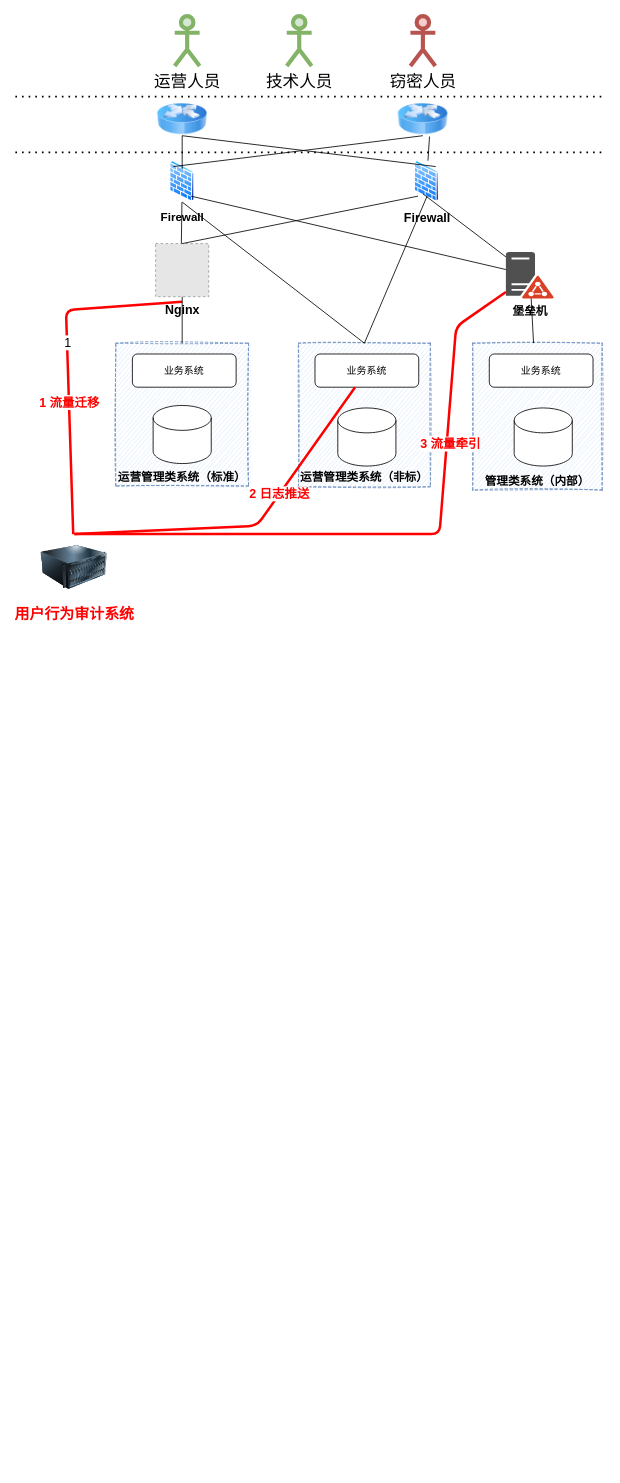
Before: 行为操作审计技术方案.drawio in liujianqun/draw, a draw.io diagram. Source tidied: cells renumbered, new cells numbered last; positions are measured from the earlier drawing's top-left corner, leaving out a move shared by most shapes. Both pictures are drawn from the tidied source at 83%, with x=0, y=0 at pixel (15, 16). Pictures stored in the file or linked from it are replaced by grey dashed boxes.
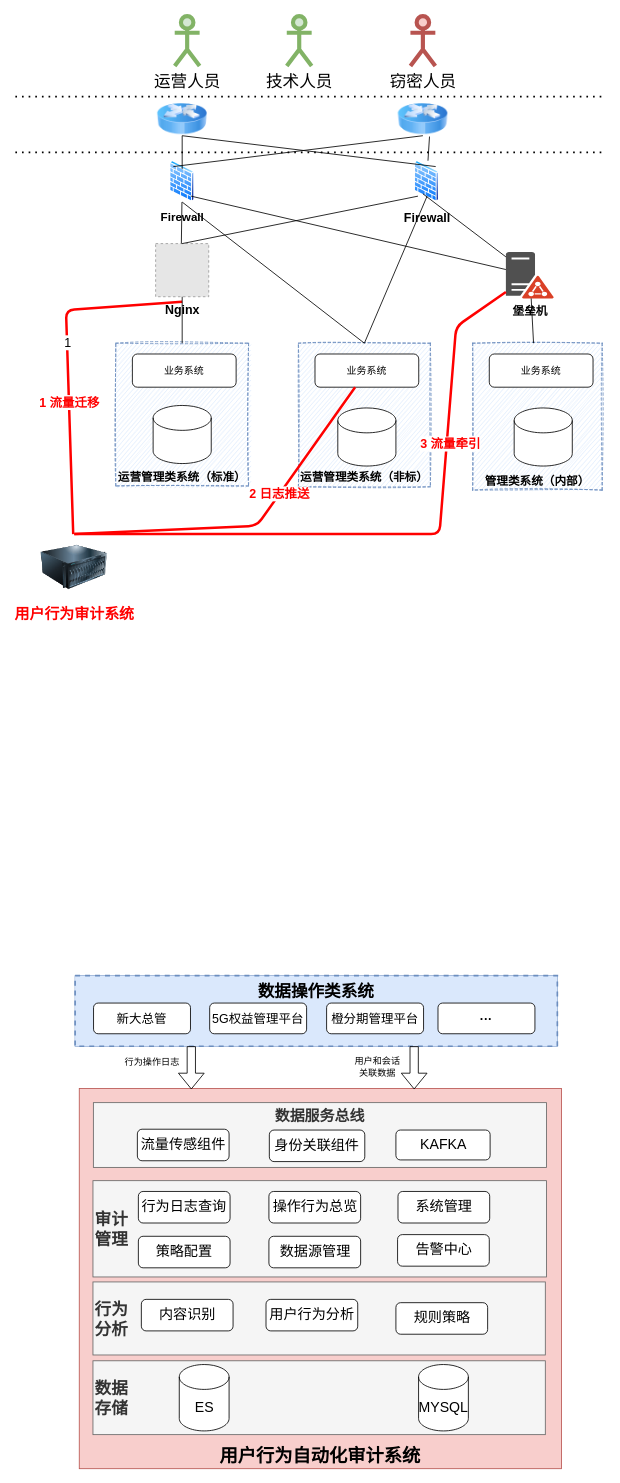
Above is the later version.

Commit message:
Update 行为操作审计技术方案.drawio

What changed in the source:
```diff
@@
+    <mxCell id="42" value="用户行为自动化审计系统" style="rounded=0;whiteSpace=wrap;html=1;fontSize=22;strokeWidth=1;align=center;verticalAlign=bottom;fontStyle=1;fillColor=#f8cecc;strokeColor=#b85450;" parent="1" vertex="1">
+      <mxGeometry x="77" y="1292" width="581" height="458" as="geometry" />
+    </mxCell>
@@
+    <mxCell id="43" value="&lt;b style=&quot;font-size: 18px;&quot;&gt;数据服务总线&lt;/b&gt;" style="rounded=0;whiteSpace=wrap;html=1;fillColor=#f5f5f5;strokeColor=#666666;fontColor=#333333;align=center;fontSize=18;verticalAlign=top;" parent="1" vertex="1">
+      <mxGeometry x="94" y="1309" width="546" height="78" as="geometry" />
+    </mxCell>
+    <mxCell id="44" value="流量传感组件" style="rounded=1;whiteSpace=wrap;html=1;fontSize=17;" parent="1" vertex="1">
+      <mxGeometry x="147" y="1341" width="110.5" height="38" as="geometry" />
+    </mxCell>
+    <mxCell id="45" value="KAFKA" style="rounded=1;whiteSpace=wrap;html=1;fontSize=17;" parent="1" vertex="1">
+      <mxGeometry x="458.5" y="1342" width="113.5" height="36" as="geometry" />
+    </mxCell>
+    <mxCell id="46" value="身份关联组件" style="rounded=1;whiteSpace=wrap;html=1;fontSize=17;" parent="1" vertex="1">
+      <mxGeometry x="306" y="1342" width="115" height="38" as="geometry" />
+    </mxCell>
+    <mxCell id="47" value="行为&lt;br style=&quot;font-size: 20px;&quot;&gt;分析" style="rounded=0;whiteSpace=wrap;html=1;fontSize=20;strokeWidth=1;align=left;verticalAlign=middle;fillColor=#f5f5f5;strokeColor=#666666;fontColor=#333333;fontStyle=1;" parent="1" vertex="1">
+      <mxGeometry x="93.5" y="1525" width="545" height="88" as="geometry" />
+    </mxCell>
+    <mxCell id="48" value="数据&lt;br style=&quot;font-size: 20px;&quot;&gt;存储" style="rounded=0;whiteSpace=wrap;html=1;fontSize=20;strokeWidth=1;align=left;verticalAlign=middle;fillColor=#f5f5f5;strokeColor=#666666;fontColor=#333333;fontStyle=1;" parent="1" vertex="1">
+      <mxGeometry x="93.5" y="1620" width="545" height="89" as="geometry" />
+    </mxCell>
+    <mxCell id="49" value="ES" style="shape=cylinder3;whiteSpace=wrap;html=1;boundedLbl=1;backgroundOutline=1;size=15;fontSize=17;strokeWidth=1;align=center;verticalAlign=middle;" parent="1" vertex="1">
+      <mxGeometry x="197.5" y="1624.5" width="60" height="80" as="geometry" />
+    </mxCell>
+    <mxCell id="50" value="MYSQL" style="shape=cylinder3;whiteSpace=wrap;html=1;boundedLbl=1;backgroundOutline=1;size=15;fontSize=17;strokeWidth=1;align=center;verticalAlign=middle;" parent="1" vertex="1">
+      <mxGeometry x="485.8" y="1624.5" width="60" height="80" as="geometry" />
+    </mxCell>
+    <mxCell id="51" value="用户行为分析" style="rounded=1;whiteSpace=wrap;html=1;fontSize=17;strokeWidth=1;align=center;verticalAlign=middle;" parent="1" vertex="1">
+      <mxGeometry x="302" y="1546" width="110.5" height="38" as="geometry" />
+    </mxCell>
+    <mxCell id="52" value="内容识别" style="rounded=1;whiteSpace=wrap;html=1;fontSize=17;strokeWidth=1;align=center;verticalAlign=middle;" parent="1" vertex="1">
+      <mxGeometry x="151.8" y="1546" width="110.5" height="38" as="geometry" />
+    </mxCell>
+    <mxCell id="53" value="审计&lt;br style=&quot;font-size: 20px;&quot;&gt;管理" style="rounded=0;whiteSpace=wrap;html=1;fontSize=20;strokeWidth=1;align=left;verticalAlign=middle;fillColor=#f5f5f5;strokeColor=#666666;fontColor=#333333;fontStyle=1;" parent="1" vertex="1">
+      <mxGeometry x="93.5" y="1403" width="546.5" height="116" as="geometry" />
+    </mxCell>
+    <mxCell id="54" value="行为日志查询" style="rounded=1;whiteSpace=wrap;html=1;fontSize=17;strokeWidth=1;align=center;verticalAlign=middle;" parent="1" vertex="1">
+      <mxGeometry x="148.2" y="1416" width="110.5" height="38" as="geometry" />
+    </mxCell>
+    <mxCell id="55" value="策略配置" style="rounded=1;whiteSpace=wrap;html=1;fontSize=17;strokeWidth=1;align=center;verticalAlign=middle;" parent="1" vertex="1">
+      <mxGeometry x="148.2" y="1470" width="110.5" height="38" as="geometry" />
+    </mxCell>
+    <mxCell id="56" value="操作行为总览" style="rounded=1;whiteSpace=wrap;html=1;fontSize=17;strokeWidth=1;align=center;verticalAlign=middle;" parent="1" vertex="1">
+      <mxGeometry x="305.5" y="1416" width="110.5" height="38" as="geometry" />
+    </mxCell>
+    <mxCell id="57" value="数据源管理" style="rounded=1;whiteSpace=wrap;html=1;fontSize=17;strokeWidth=1;align=center;verticalAlign=middle;" parent="1" vertex="1">
+      <mxGeometry x="305.5" y="1470" width="110.5" height="38" as="geometry" />
+    </mxCell>
+    <mxCell id="58" value="系统管理" style="rounded=1;whiteSpace=wrap;html=1;fontSize=17;strokeWidth=1;align=center;verticalAlign=middle;" parent="1" vertex="1">
+      <mxGeometry x="461" y="1416" width="110.5" height="38" as="geometry" />
+    </mxCell>
+    <mxCell id="59" value="告警中心" style="rounded=1;whiteSpace=wrap;html=1;fontSize=17;strokeWidth=1;align=center;verticalAlign=middle;" parent="1" vertex="1">
+      <mxGeometry x="460.5" y="1468" width="110.5" height="38" as="geometry" />
+    </mxCell>
+    <mxCell id="60" value="规则策略" style="rounded=1;whiteSpace=wrap;html=1;fontSize=17;strokeWidth=1;align=center;verticalAlign=middle;" parent="1" vertex="1">
+      <mxGeometry x="458.5" y="1550" width="110.5" height="38" as="geometry" />
+    </mxCell>
+    <mxCell id="61" style="group;fillColor=#dae8fc;strokeColor=#6c8ebf;" parent="1" vertex="1">
+      <mxGeometry x="72" y="1156" width="581" height="85" as="geometry" />
+    </mxCell>
+    <mxCell id="62" value="数据操作类系统" style="rounded=0;whiteSpace=wrap;html=1;fontSize=20;dashed=1;fillColor=#dae8fc;strokeColor=#6c8ebf;strokeWidth=2;verticalAlign=top;fontStyle=1;" parent="61" vertex="1">
+      <mxGeometry width="581" height="85" as="geometry" />
+    </mxCell>
+    <mxCell id="63" value="新大总管" style="rounded=1;whiteSpace=wrap;html=1;fontSize=15;" parent="61" vertex="1">
+      <mxGeometry x="22.2" y="33" width="116.8" height="37" as="geometry" />
+    </mxCell>
+    <mxCell id="64" value="5G权益管理平台" style="rounded=1;whiteSpace=wrap;html=1;fontSize=15;" parent="61" vertex="1">
+      <mxGeometry x="162.1" y="33" width="116.8" height="37" as="geometry" />
+    </mxCell>
+    <mxCell id="65" value="橙分期管理平台" style="rounded=1;whiteSpace=wrap;html=1;fontSize=15;" parent="61" vertex="1">
+      <mxGeometry x="303" y="33" width="116.8" height="37" as="geometry" />
+    </mxCell>
+    <mxCell id="66" value="&lt;b&gt;···&lt;/b&gt;" style="rounded=1;whiteSpace=wrap;html=1;fontSize=15;" parent="61" vertex="1">
+      <mxGeometry x="437.2" y="33" width="116.8" height="37" as="geometry" />
+    </mxCell>
+    <mxCell id="67" style="shape=flexArrow;endArrow=classic;html=1;fontSize=22;" parent="1" edge="1">
+      <mxGeometry relative="1" as="geometry">
+        <mxPoint x="212" y="1241" as="sourcePoint" />
+        <mxPoint x="212" y="1293" as="targetPoint" />
+      </mxGeometry>
+    </mxCell>
+    <mxCell id="68" style="shape=flexArrow;endArrow=classic;html=1;fontSize=22;" parent="1" edge="1">
+      <mxGeometry relative="1" as="geometry">
+        <mxPoint x="480.5" y="1241" as="sourcePoint" />
+        <mxPoint x="480.5" y="1293" as="targetPoint" />
+      </mxGeometry>
+    </mxCell>
+    <mxCell id="69" value="行为操作日志" style="text;html=1;strokeColor=none;fillColor=none;align=center;verticalAlign=middle;whiteSpace=wrap;rounded=0;fontSize=11;" parent="1" vertex="1">
+      <mxGeometry x="116" y="1252" width="97.5" height="15" as="geometry" />
+    </mxCell>
+    <mxCell id="70" value="用户和会话关联数据" style="text;html=1;strokeColor=none;fillColor=none;align=center;verticalAlign=middle;whiteSpace=wrap;rounded=0;fontSize=11;" parent="1" vertex="1">
+      <mxGeometry x="403" y="1258" width="67" height="15" as="geometry" />
+    </mxCell>
```
